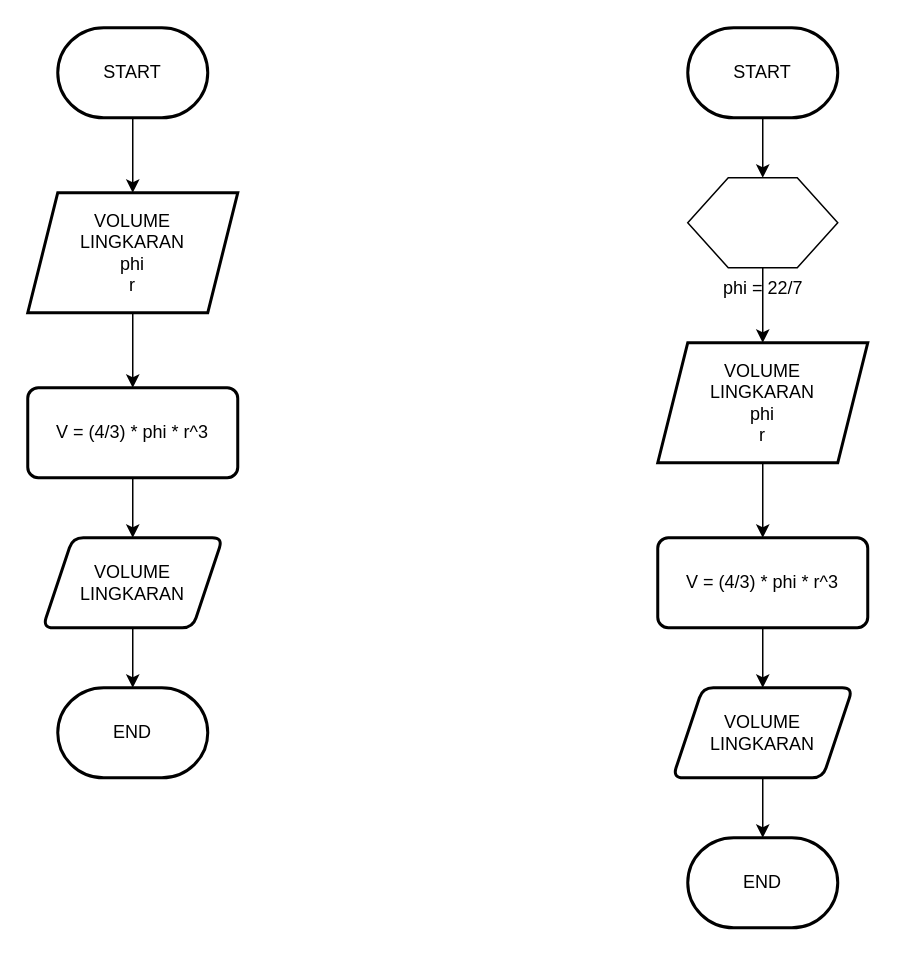
Above: Menghitung Volume Lingkaran.drawio in Vanvill027/Algo_B_23241075_2 (draw.io), before the change. Source tidied: cells renumbered, new cells numbered last; positions are measured from the earlier drawing's top-left corner, leaving out a move shared by most shapes. Both pictures are drawn from the tidied source at 150%, with x=0, y=0 at pixel (27, 27).
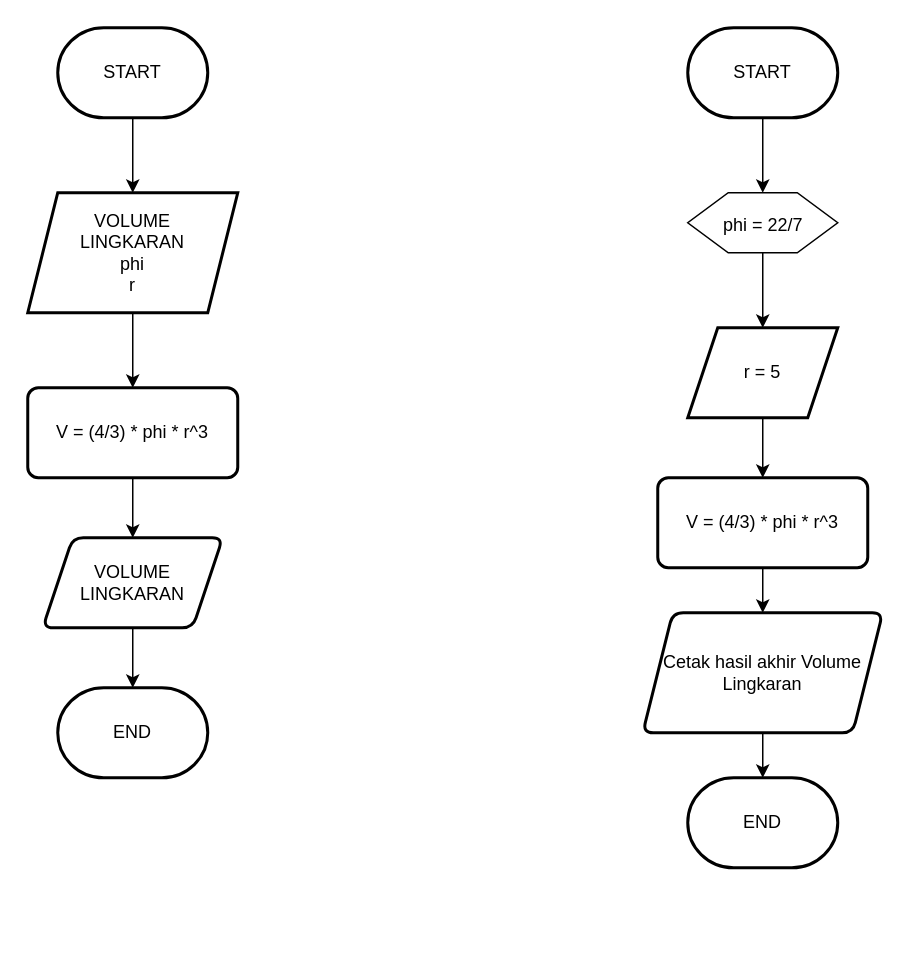
The same page after the edit.

Change to the diagram source:
```diff
@@
-    <mxCell id="14" value="VOLUME&lt;br&gt;LINGKARAN&lt;br&gt;phi&lt;br&gt;r" style="shape=parallelogram;perimeter=parallelogramPerimeter;whiteSpace=wrap;html=1;fixedSize=1;strokeWidth=2;" parent="1" vertex="1">
-      <mxGeometry x="420" y="210" width="140" height="80" as="geometry" />
+    <mxCell id="14" value="r = 5" style="shape=parallelogram;perimeter=parallelogramPerimeter;whiteSpace=wrap;html=1;fixedSize=1;strokeWidth=2;" parent="1" vertex="1">
+      <mxGeometry x="440" y="200" width="100" height="60" as="geometry" />
     </mxCell>
@@
     <mxCell id="16" value="V = (4/3) * phi * r^3" style="rounded=1;whiteSpace=wrap;html=1;absoluteArcSize=1;arcSize=14;strokeWidth=2;" parent="1" vertex="1">
-      <mxGeometry x="420" y="340" width="140" height="60" as="geometry" />
+      <mxGeometry x="420" y="300" width="140" height="60" as="geometry" />
     </mxCell>
@@
-    <mxCell id="18" value="VOLUME LINGKARAN" style="shape=parallelogram;perimeter=parallelogramPerimeter;whiteSpace=wrap;html=1;fixedSize=1;rounded=1;arcSize=14;strokeWidth=2;" parent="1" vertex="1">
-      <mxGeometry x="430" y="440" width="120" height="60" as="geometry" />
+    <mxCell id="18" value="Cetak hasil akhir Volume Lingkaran" style="shape=parallelogram;perimeter=parallelogramPerimeter;whiteSpace=wrap;html=1;fixedSize=1;rounded=1;arcSize=14;strokeWidth=2;" parent="1" vertex="1">
+      <mxGeometry x="410" y="390" width="160" height="80" as="geometry" />
     </mxCell>
     <mxCell id="19" value="END" style="strokeWidth=2;html=1;shape=mxgraph.flowchart.terminator;whiteSpace=wrap;" parent="1" vertex="1">
-      <mxGeometry x="440" y="540" width="100" height="60" as="geometry" />
+      <mxGeometry x="440" y="500" width="100" height="60" as="geometry" />
     </mxCell>
@@
-    <mxCell id="21" value="phi = 22/7" style="verticalLabelPosition=bottom;verticalAlign=top;html=1;shape=hexagon;perimeter=hexagonPerimeter2;arcSize=6;size=0.27;" parent="1" vertex="1">
-      <mxGeometry x="440" y="100" width="100" height="60" as="geometry" />
+    <mxCell id="21" value="phi = 22/7" style="verticalLabelPosition=bottom;verticalAlign=top;html=1;shape=hexagon;perimeter=hexagonPerimeter2;arcSize=6;size=0.27;horizontal=1;align=center;spacing=-30;" parent="1" vertex="1">
+      <mxGeometry x="440" y="110" width="100" height="40" as="geometry" />
     </mxCell>
```
